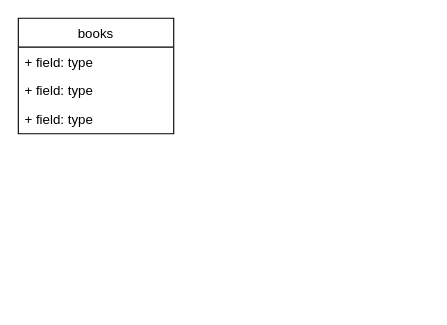
Above: page "Page-3" (3 of 3) of claus/books.drawio in OinkoIT/BE16-DBDev-DAY1-Claus-Christoph (draw.io), before the change. Source tidied: cells renumbered, new cells numbered last; positions are measured from the earlier drawing's top-left corner, leaving out a move shared by most shapes. Both pictures are drawn from the tidied source at 111%, with x=0, y=0 at pixel (18, 18).
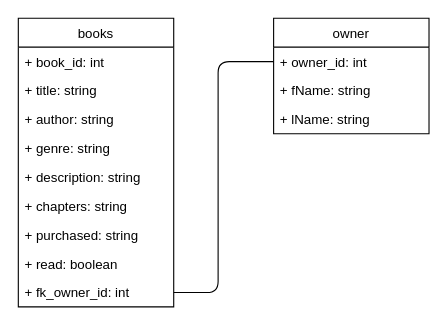
Above is the later version.

The edit, as a diff of the source:
```diff
@@
 <mxGraphModel>
   <root>
     <mxCell id="0" />
     <mxCell id="1" parent="0" />
     <mxCell id="2" value="books" style="swimlane;fontStyle=0;horizontal=1;startSize=26;fillColor=none;" parent="1" vertex="1">
-      <mxGeometry width="140" height="104" as="geometry" />
+      <mxGeometry width="140" height="260" as="geometry" />
     </mxCell>
-    <mxCell id="3" value="+ field: type" style="text;strokeColor=none;fillColor=none;align=left;verticalAlign=top;spacingLeft=4;spacingRight=4;overflow=hidden;" parent="2" vertex="1">
+    <mxCell id="3" value="+ book_id: int" style="text;strokeColor=none;fillColor=none;align=left;verticalAlign=top;spacingLeft=4;spacingRight=4;overflow=hidden;" parent="2" vertex="1">
       <mxGeometry y="26" width="140" height="26" as="geometry" />
     </mxCell>
-    <mxCell id="4" value="+ field: type" style="text;strokeColor=none;fillColor=none;align=left;verticalAlign=top;spacingLeft=4;spacingRight=4;overflow=hidden;" parent="2" vertex="1">
+    <mxCell id="4" value="+ title: string" style="text;strokeColor=none;fillColor=none;align=left;verticalAlign=top;spacingLeft=4;spacingRight=4;overflow=hidden;" parent="2" vertex="1">
       <mxGeometry y="52" width="140" height="26" as="geometry" />
     </mxCell>
-    <mxCell id="5" value="+ field: type" style="text;strokeColor=none;fillColor=none;align=left;verticalAlign=top;spacingLeft=4;spacingRight=4;overflow=hidden;" parent="2" vertex="1">
+    <mxCell id="5" value="+ author: string" style="text;strokeColor=none;fillColor=none;align=left;verticalAlign=top;spacingLeft=4;spacingRight=4;overflow=hidden;" parent="2" vertex="1">
       <mxGeometry y="78" width="140" height="26" as="geometry" />
     </mxCell>
+    <mxCell id="6" value="+ genre: string" style="text;strokeColor=none;fillColor=none;align=left;verticalAlign=top;spacingLeft=4;spacingRight=4;overflow=hidden;" parent="2" vertex="1">
+      <mxGeometry y="104" width="140" height="26" as="geometry" />
+    </mxCell>
+    <mxCell id="7" value="+ description: string" style="text;strokeColor=none;fillColor=none;align=left;verticalAlign=top;spacingLeft=4;spacingRight=4;overflow=hidden;" parent="2" vertex="1">
+      <mxGeometry y="130" width="140" height="26" as="geometry" />
+    </mxCell>
+    <mxCell id="8" value="+ chapters: string" style="text;strokeColor=none;fillColor=none;align=left;verticalAlign=top;spacingLeft=4;spacingRight=4;overflow=hidden;" parent="2" vertex="1">
+      <mxGeometry y="156" width="140" height="26" as="geometry" />
+    </mxCell>
+    <mxCell id="9" value="+ purchased: string" style="text;strokeColor=none;fillColor=none;align=left;verticalAlign=top;spacingLeft=4;spacingRight=4;overflow=hidden;" parent="2" vertex="1">
+      <mxGeometry y="182" width="140" height="26" as="geometry" />
+    </mxCell>
+    <mxCell id="10" value="+ read: boolean" style="text;strokeColor=none;fillColor=none;align=left;verticalAlign=top;spacingLeft=4;spacingRight=4;overflow=hidden;" parent="2" vertex="1">
+      <mxGeometry y="208" width="140" height="26" as="geometry" />
+    </mxCell>
+    <mxCell id="11" value="+ fk_owner_id: int" style="text;strokeColor=none;fillColor=none;align=left;verticalAlign=top;spacingLeft=4;spacingRight=4;overflow=hidden;points=[[0,0.5],[1,0.5]];portConstraint=eastwest;" parent="2" vertex="1">
+      <mxGeometry y="234" width="140" height="26" as="geometry" />
+    </mxCell>
+    <mxCell id="12" value="owner" style="swimlane;fontStyle=0;horizontal=1;startSize=26;fillColor=none;" parent="1" vertex="1">
+      <mxGeometry x="230" width="140" height="104" as="geometry" />
+    </mxCell>
+    <mxCell id="13" value="+ owner_id: int" style="text;strokeColor=none;fillColor=none;align=left;verticalAlign=top;spacingLeft=4;spacingRight=4;overflow=hidden;points=[[0,0.5],[1,0.5]];portConstraint=eastwest;" parent="12" vertex="1">
+      <mxGeometry y="26" width="140" height="26" as="geometry" />
+    </mxCell>
+    <mxCell id="14" value="+ fName: string" style="text;strokeColor=none;fillColor=none;align=left;verticalAlign=top;spacingLeft=4;spacingRight=4;overflow=hidden;" parent="12" vertex="1">
+      <mxGeometry y="52" width="140" height="26" as="geometry" />
+    </mxCell>
+    <mxCell id="15" value="+ lName: string" style="text;strokeColor=none;fillColor=none;align=left;verticalAlign=top;spacingLeft=4;spacingRight=4;overflow=hidden;" parent="12" vertex="1">
+      <mxGeometry y="78" width="140" height="26" as="geometry" />
+    </mxCell>
+    <mxCell id="16" style="edgeStyle=none;html=1;exitX=0;exitY=0.5;exitDx=0;exitDy=0;entryX=1;entryY=0.5;entryDx=0;entryDy=0;endArrow=none;endFill=0;" parent="1" edge="1" source="13" target="11">
+      <mxGeometry relative="1" as="geometry">
+        <Array as="points">
+          <mxPoint x="180" y="39" />
+          <mxPoint x="180" y="247" />
+        </Array>
+      </mxGeometry>
+    </mxCell>
   </root>
 </mxGraphModel>
```
